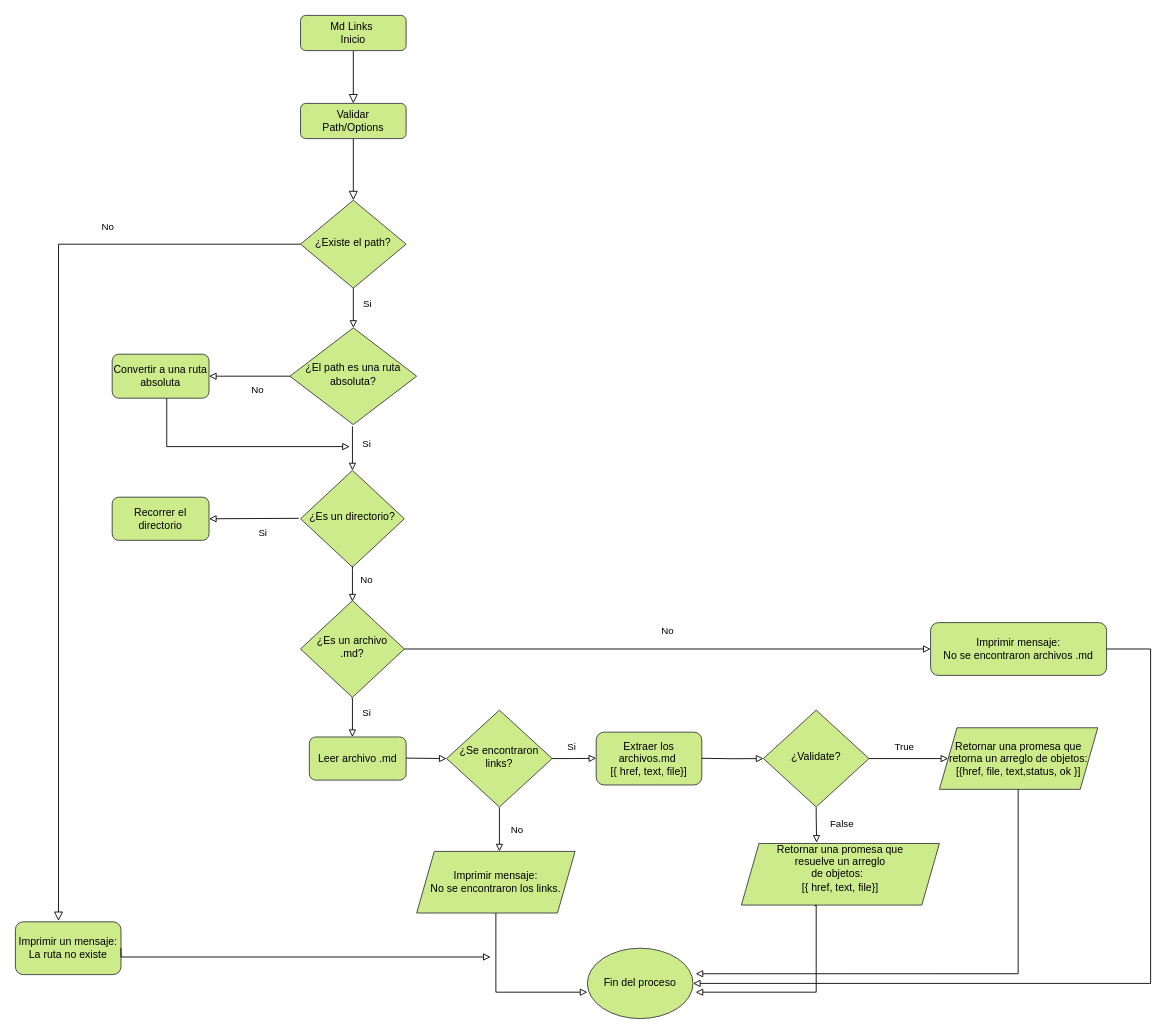
Laboratoria/DEV003-md-links keeps this draw.io diagram as Diagrama sin título.drawio. Above is the earlier version. Source tidied: cells renumbered, new cells numbered last; positions are measured from the earlier drawing's top-left corner, leaving out a move shared by most shapes. Both pictures are drawn from the tidied source at 88%, with x=0, y=0 at pixel (15, 15).
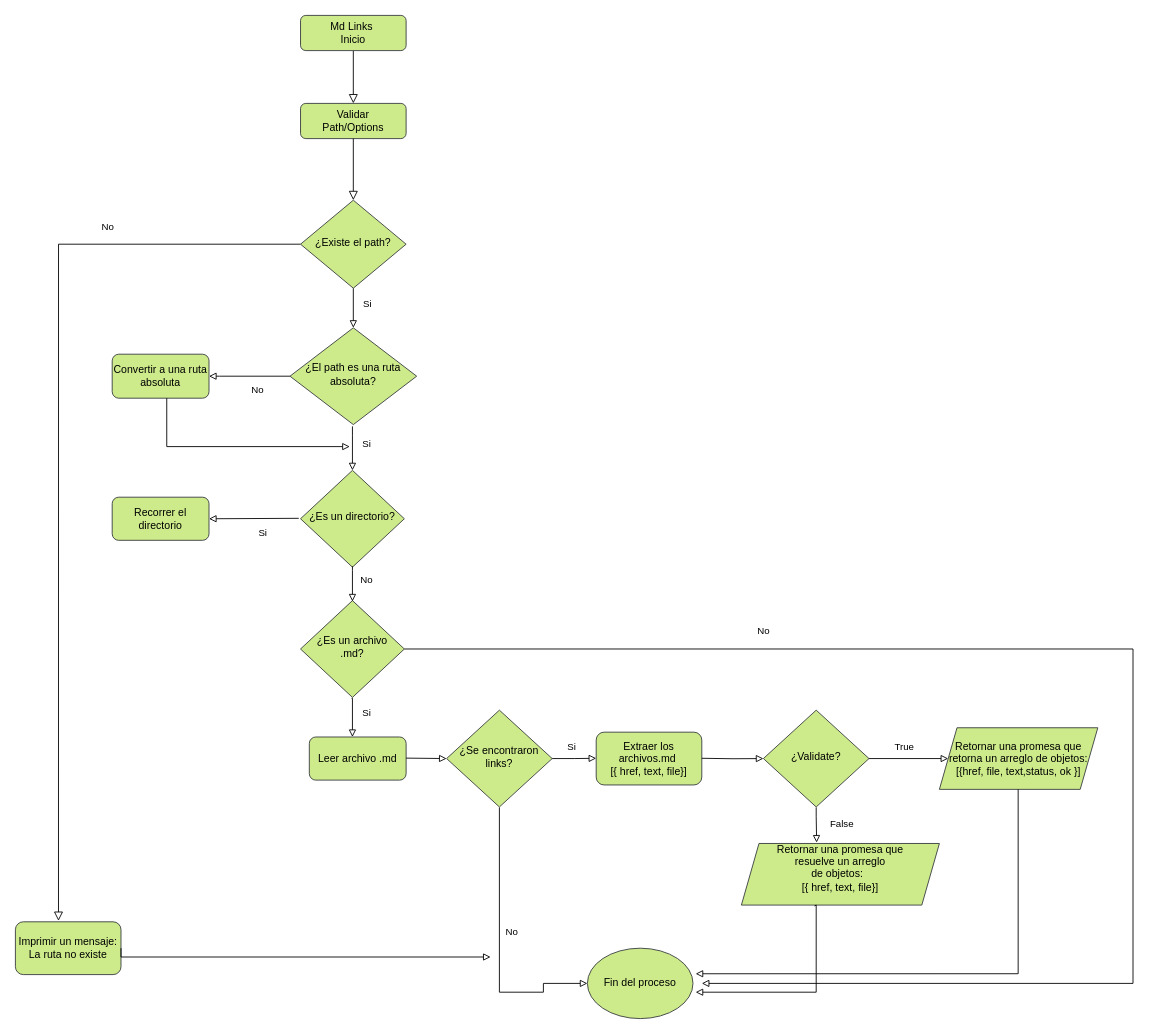
After the change.

Commit message:
Diagrama MdLinks

The change refers to these unchanged cells:
```xml
<mxCell id="33" value="Fin del proceso" style="ellipse;whiteSpace=wrap;html=1;fillColor=#cdeb8b;strokeColor=#36393d;" parent="1" vertex="1">
  <mxGeometry x="650" y="1060" width="120" height="80" as="geometry" />
</mxCell>
```

Change to the diagram source:
```diff
@@
-    <mxCell id="18" value="Imprimir mensaje:&lt;br&gt;No se encontraron los links." style="shape=parallelogram;perimeter=parallelogramPerimeter;whiteSpace=wrap;html=1;fixedSize=1;fillColor=#cdeb8b;strokeColor=#36393d;" parent="1" vertex="1">
-      <mxGeometry x="456" y="950" width="180" height="70" as="geometry" />
-    </mxCell>
@@
-    <mxCell id="32" value="No" style="rounded=0;html=1;jettySize=auto;orthogonalLoop=1;fontSize=11;endArrow=block;endFill=0;strokeWidth=1;shadow=0;labelBackgroundColor=none;edgeStyle=orthogonalEdgeStyle;" parent="1" edge="1">
-      <mxGeometry x="0.04" y="20" relative="1" as="geometry">
-        <mxPoint x="550" y="900" as="sourcePoint" />
-        <mxPoint x="550" y="950" as="targetPoint" />
-        <Array as="points">
-          <mxPoint x="550.5" y="908.5" />
-        </Array>
-      </mxGeometry>
-    </mxCell>
@@
-    <mxCell id="35" style="rounded=0;html=1;jettySize=auto;fontSize=11;endArrow=block;endFill=0;strokeWidth=1;shadow=0;labelBackgroundColor=none;edgeStyle=orthogonalEdgeStyle;exitX=0.5;exitY=1;exitDx=0;exitDy=0;entryX=0;entryY=0.625;entryDx=0;entryDy=0;entryPerimeter=0;" parent="1" edge="1" source="18" target="33">
-      <mxGeometry x="0.04" y="20" relative="1" as="geometry">
-        <Array as="points">
-          <mxPoint x="546" y="1110" />
-        </Array>
-      </mxGeometry>
-    </mxCell>
@@
-    <mxCell id="39" value="Imprimir mensaje:&lt;br&gt;No se encontraron archivos .md" style="rounded=1;whiteSpace=wrap;html=1;fillColor=#cdeb8b;strokeColor=#36393d;" parent="1" vertex="1">
-      <mxGeometry x="1040" y="690" width="200" height="60" as="geometry" />
-    </mxCell>
-    <mxCell id="40" value="No" style="rounded=0;html=1;jettySize=auto;orthogonalLoop=1;fontSize=11;endArrow=block;endFill=0;strokeWidth=1;shadow=0;labelBackgroundColor=none;edgeStyle=orthogonalEdgeStyle;jumpSize=4;entryX=0;entryY=0.5;entryDx=0;entryDy=0;" parent="1" edge="1">
-      <mxGeometry y="20" relative="1" as="geometry">
+    <mxCell id="40" value="No" style="rounded=0;html=1;jettySize=auto;orthogonalLoop=1;fontSize=11;endArrow=block;endFill=0;strokeWidth=1;shadow=0;labelBackgroundColor=none;edgeStyle=orthogonalEdgeStyle;jumpSize=4;" parent="1" edge="1">
+      <mxGeometry x="-0.52" y="20" relative="1" as="geometry">
         <mxPoint x="442" y="720" as="sourcePoint" />
-        <mxPoint x="1040" y="720" as="targetPoint" />
+        <mxPoint x="780" y="1100" as="targetPoint" />
         <Array as="points">
-          <mxPoint x="442" y="720" />
+          <mxPoint x="1270" y="720" />
+          <mxPoint x="1270" y="1100" />
         </Array>
       </mxGeometry>
     </mxCell>
-    <mxCell id="41" style="rounded=0;html=1;jettySize=auto;fontSize=11;endArrow=block;endFill=0;strokeWidth=1;shadow=0;labelBackgroundColor=none;edgeStyle=orthogonalEdgeStyle;jumpSize=4;exitX=1;exitY=0.5;exitDx=0;exitDy=0;entryX=1;entryY=0.5;entryDx=0;entryDy=0;" parent="1" edge="1" source="39" target="33">
-      <mxGeometry x="-0.11" y="14" relative="1" as="geometry">
-        <Array as="points">
-          <mxPoint x="1290" y="720" />
-          <mxPoint x="1290" y="1100" />
-        </Array>
-      </mxGeometry>
-    </mxCell>
+    <mxCell id="32" value="No" style="rounded=0;html=1;jettySize=auto;fontSize=11;endArrow=block;endFill=0;strokeWidth=1;shadow=0;labelBackgroundColor=none;edgeStyle=orthogonalEdgeStyle;jumpSize=4;entryX=0;entryY=0.5;entryDx=0;entryDy=0;" parent="1" edge="1" target="33">
+      <mxGeometry x="-0.11" y="14" relative="1" as="geometry">
+        <mxPoint x="550" y="900" as="sourcePoint" />
+        <Array as="points">
+          <mxPoint x="550" y="1110" />
+          <mxPoint x="600" y="1110" />
+          <mxPoint x="600" y="1100" />
+        </Array>
+      </mxGeometry>
+    </mxCell>
```
